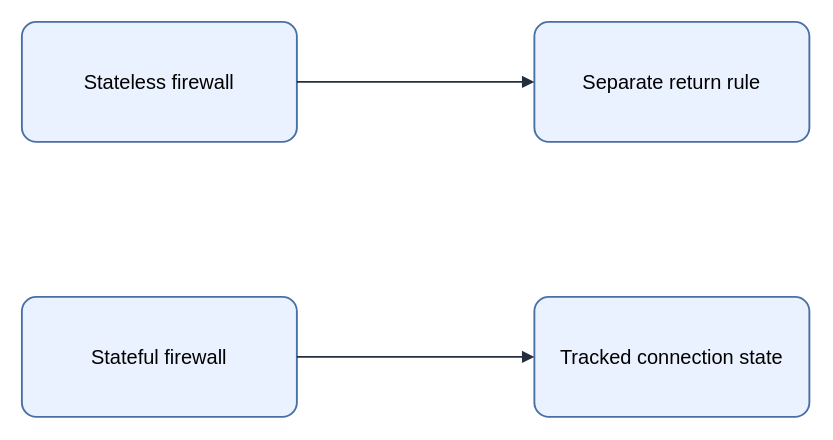
The draw.io diagram assets/img/network/stateless-stateful-firewall.drawio in KKamJi98/kkamji98.github.io, before the edit. Source tidied: cells renumbered, new cells numbered last; positions are measured from the earlier drawing's top-left corner, leaving out a move shared by most shapes. Both pictures are drawn from the tidied source at 125%, with x=0, y=0 at pixel (21, 21).
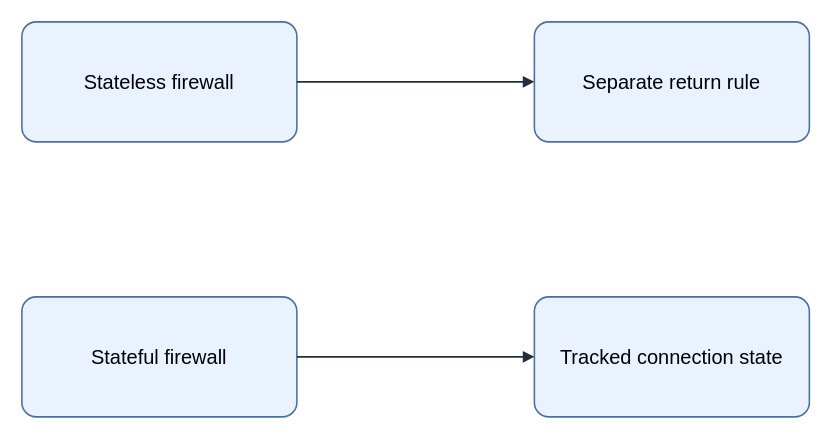
The same page after the edit.

Diff of the diagram source:
```diff
@@
 <mxGraphModel background="#FFFFFF">
   <root>
     <mxCell id="0" />
     <mxCell id="1" parent="0" />
-    <mxCell id="2" value="&lt;font style=&quot;color: rgb(0, 0, 0);&quot;&gt;Stateless firewall&lt;/font&gt;" style="rounded=1;arcSize=12;whiteSpace=wrap;html=1;fillColor=#EAF2FF;strokeColor=#4A6FA5;strokeWidth=1.5;fontColor=#000000;fontSize=16;align=center;verticalAlign=middle;spacing=8;shadow=0;" parent="1" vertex="1">
+    <mxCell id="2" value="Stateless firewall" style="rounded=1;arcSize=12;whiteSpace=wrap;html=0;fillColor=#EAF2FF;strokeColor=#4A6FA5;strokeWidth=1.25;fontColor=#000000;fontSize=16;align=center;verticalAlign=middle;spacing=8;shadow=0;" parent="1" vertex="1">
       <mxGeometry width="220" height="96" as="geometry" />
     </mxCell>
-    <mxCell id="3" value="&lt;font style=&quot;color: rgb(0, 0, 0);&quot;&gt;Separate return rule&lt;/font&gt;" style="rounded=1;arcSize=12;whiteSpace=wrap;html=1;fillColor=#EAF2FF;strokeColor=#4A6FA5;strokeWidth=1.5;fontColor=#000000;fontSize=16;align=center;verticalAlign=middle;spacing=8;shadow=0;" parent="1" vertex="1">
+    <mxCell id="3" value="Separate return rule" style="rounded=1;arcSize=12;whiteSpace=wrap;html=0;fillColor=#EAF2FF;strokeColor=#4A6FA5;strokeWidth=1.25;fontColor=#000000;fontSize=16;align=center;verticalAlign=middle;spacing=8;shadow=0;" parent="1" vertex="1">
       <mxGeometry x="410" width="220" height="96" as="geometry" />
     </mxCell>
-    <mxCell id="4" value="&lt;font style=&quot;color: rgb(0, 0, 0);&quot;&gt;Stateful firewall&lt;/font&gt;" style="rounded=1;arcSize=12;whiteSpace=wrap;html=1;fillColor=#EAF2FF;strokeColor=#4A6FA5;strokeWidth=1.5;fontColor=#000000;fontSize=16;align=center;verticalAlign=middle;spacing=8;shadow=0;" parent="1" vertex="1">
+    <mxCell id="4" value="Stateful firewall" style="rounded=1;arcSize=12;whiteSpace=wrap;html=0;fillColor=#EAF2FF;strokeColor=#4A6FA5;strokeWidth=1.25;fontColor=#000000;fontSize=16;align=center;verticalAlign=middle;spacing=8;shadow=0;" parent="1" vertex="1">
       <mxGeometry y="220" width="220" height="96" as="geometry" />
     </mxCell>
-    <mxCell id="5" value="&lt;font style=&quot;color: rgb(0, 0, 0);&quot;&gt;Tracked connection state&lt;/font&gt;" style="rounded=1;arcSize=12;whiteSpace=wrap;html=1;fillColor=#EAF2FF;strokeColor=#4A6FA5;strokeWidth=1.5;fontColor=#000000;fontSize=16;align=center;verticalAlign=middle;spacing=8;shadow=0;" parent="1" vertex="1">
+    <mxCell id="5" value="Tracked connection state" style="rounded=1;arcSize=12;whiteSpace=wrap;html=0;fillColor=#EAF2FF;strokeColor=#4A6FA5;strokeWidth=1.25;fontColor=#000000;fontSize=16;align=center;verticalAlign=middle;spacing=8;shadow=0;" parent="1" vertex="1">
       <mxGeometry x="410" y="220" width="220" height="96" as="geometry" />
     </mxCell>
-    <mxCell id="6" style="edgeStyle=orthogonalEdgeStyle;rounded=0;jettySize=auto;html=1;endArrow=block;endFill=1;strokeColor=#232F3E;strokeWidth=1.5;fontColor=#000000;labelBackgroundColor=none;exitX=1;exitY=0.5;exitDx=0;exitDy=0;entryX=0;entryY=0.5;entryDx=0;entryDy=0;" parent="1" edge="1" source="2" target="3">
+    <mxCell id="6" style="edgeStyle=orthogonalEdgeStyle;rounded=0;jettySize=auto;html=0;endArrow=block;endFill=1;strokeColor=#232F3E;strokeWidth=1.25;fontColor=#000000;labelBackgroundColor=none;exitX=1;exitY=0.5;exitDx=0;exitDy=0;entryX=0;entryY=0.5;entryDx=0;entryDy=0;" parent="1" edge="1" source="2" target="3">
       <mxGeometry relative="1" as="geometry" />
     </mxCell>
-    <mxCell id="7" style="edgeStyle=orthogonalEdgeStyle;rounded=0;jettySize=auto;html=1;endArrow=block;endFill=1;strokeColor=#232F3E;strokeWidth=1.5;fontColor=#000000;labelBackgroundColor=none;exitX=1;exitY=0.5;exitDx=0;exitDy=0;entryX=0;entryY=0.5;entryDx=0;entryDy=0;" parent="1" edge="1" source="4" target="5">
+    <mxCell id="7" style="edgeStyle=orthogonalEdgeStyle;rounded=0;jettySize=auto;html=0;endArrow=block;endFill=1;strokeColor=#232F3E;strokeWidth=1.25;fontColor=#000000;labelBackgroundColor=none;exitX=1;exitY=0.5;exitDx=0;exitDy=0;entryX=0;entryY=0.5;entryDx=0;entryDy=0;" parent="1" edge="1" source="4" target="5">
       <mxGeometry relative="1" as="geometry" />
     </mxCell>
   </root>
 </mxGraphModel>
```
